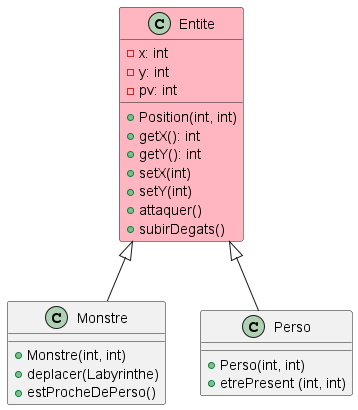
Above: zeldiablo/documents/version_2/diagclass_attaquedEntite.png in Erwanquilliou/2024_Zeldiablo_quilliou2u_leveque58u (PlantUML), before the change. The source it was exported from:
```plantuml
@startuml

class Entite #FFB6C1{
- x: int
- y: int
- pv: int
+ Position(int, int)
+ getX(): int
+ getY(): int
+ setX(int)
+ setY(int)
+ attaquer()
+ subirDegats()
}

Entite <|-- Monstre

class Monstre{
+ Monstre(int, int)
+ deplacer(Labyrinthe)
+ estProcheDePerso()
}

Entite <|-- Perso

class Perso{
+ Perso(int, int)
+ etrePresent (int, int)
}

@enduml
```
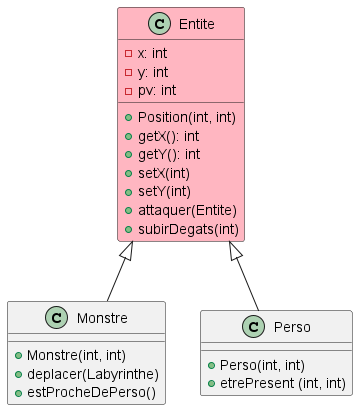
The same file after the commit.

Commit message:
methodes attaquer subirDegats

Diff of the diagram source:
```diff
@@ -9,8 +9,8 @@
 + getY(): int
 + setX(int)
 + setY(int)
-+ attaquer()
-+ subirDegats()
++ attaquer(Entite)
++ subirDegats(int)
 }
 
 Entite <|-- Monstre
```
